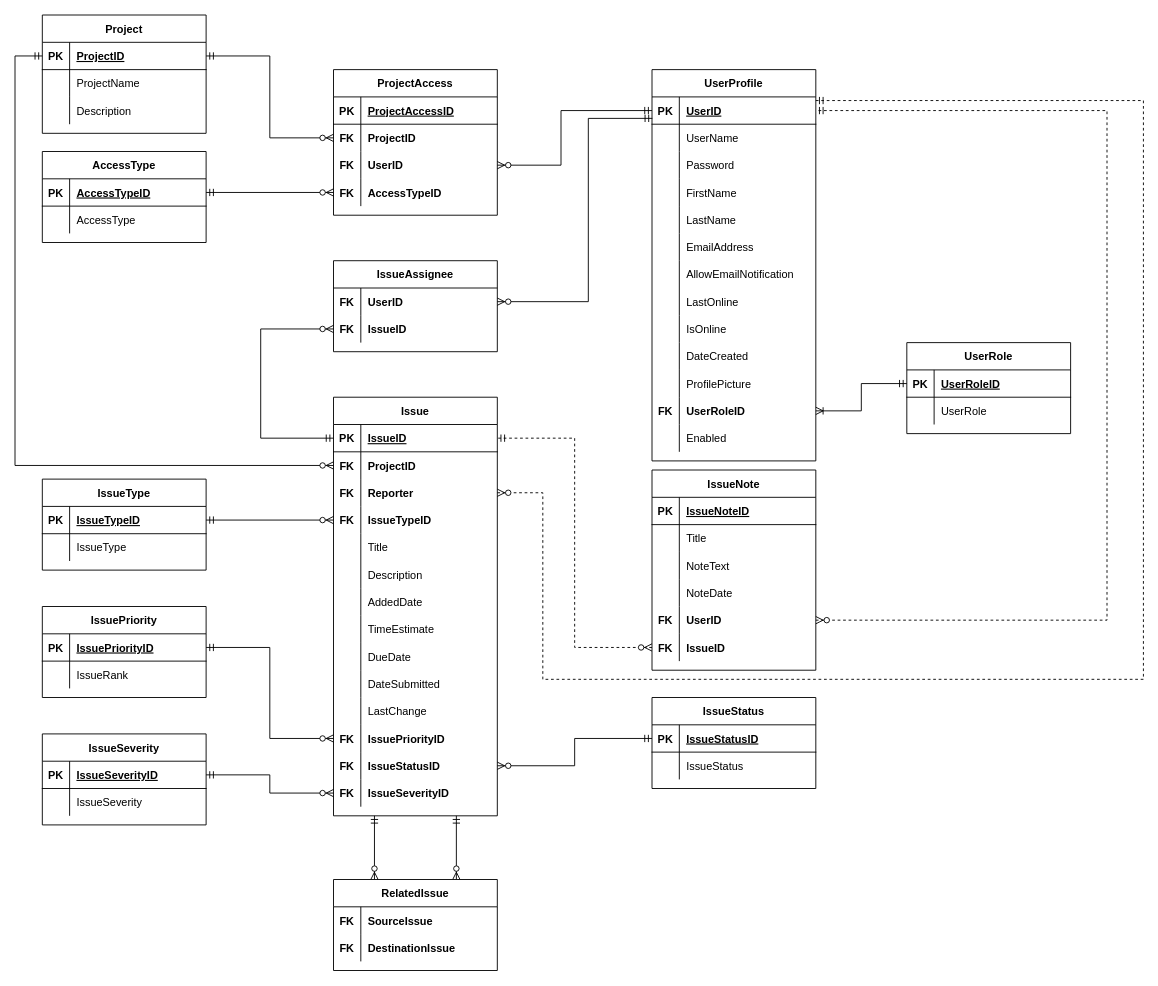
The draw.io diagram IssueTrackerERD.drawio in cakeinsauce/IssueTracker, before the edit. Source tidied: cells renumbered, new cells numbered last; positions are measured from the earlier drawing's top-left corner, leaving out a move shared by most shapes. Both pictures are drawn from the tidied source at 91%, with x=0, y=0 at pixel (15, 15).
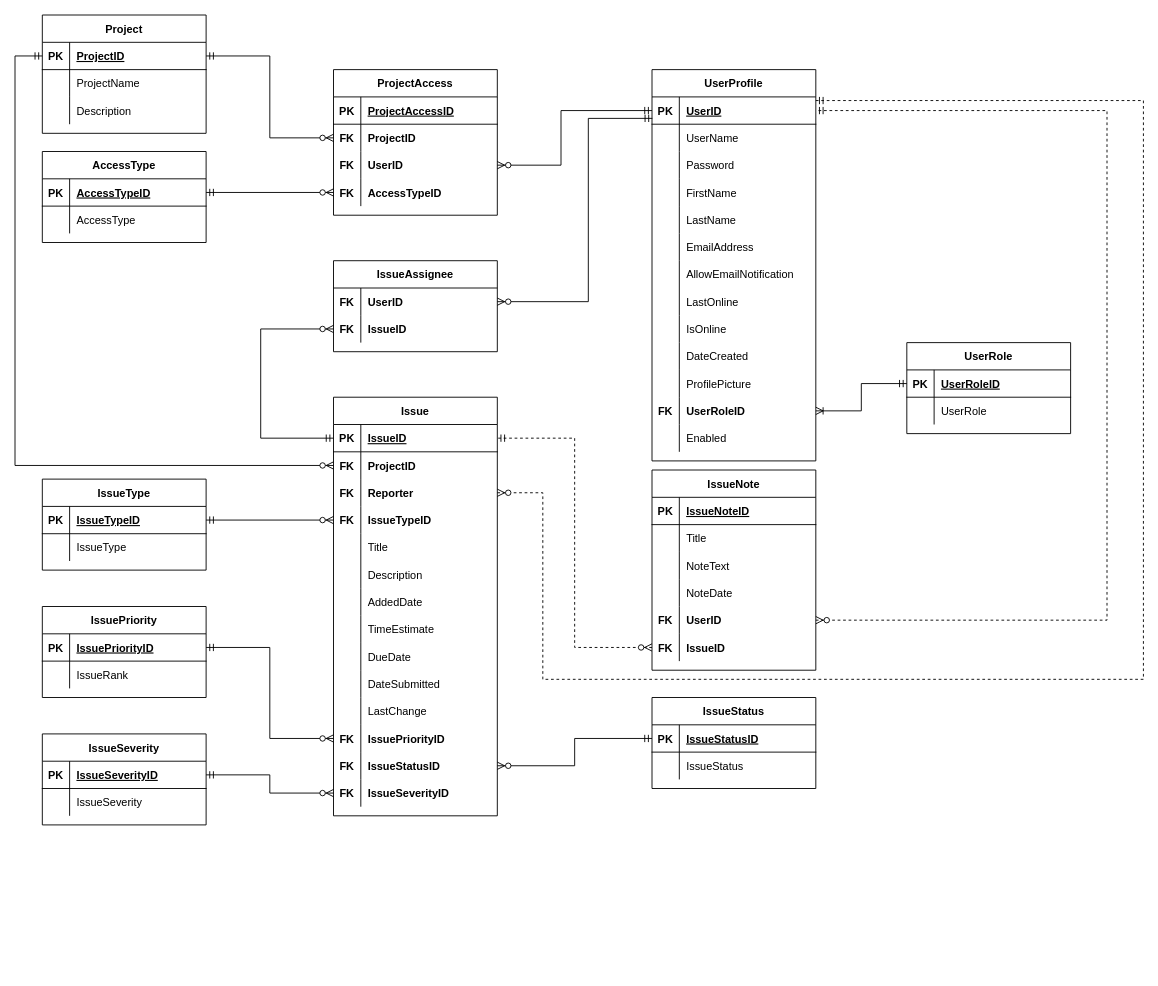
After the change.

Commit message:
Change ERD; delete recursive relation to Issue table

The change refers to these unchanged cells:
```xml
<mxCell id="84" value="Issue" style="shape=table;startSize=30;childLayout=tableLayout;rowLines=0;fontStyle=1;align=center;" parent="1" vertex="1">
  <mxGeometry x="350" y="420" width="180" height="460" as="geometry" />
</mxCell>
```

Change to the diagram source:
```diff
@@
-    <mxCell id="173" style="edgeStyle=orthogonalEdgeStyle;rounded=0;jettySize=auto;html=1;exitX=0.75;exitY=0;exitDx=0;exitDy=0;entryX=0.75;entryY=1;entryDx=0;entryDy=0;startArrow=ERzeroToMany;startFill=1;endArrow=ERmandOne;endFill=0;" parent="1" edge="1" source="175" target="84">
-      <mxGeometry relative="1" as="geometry" />
-    </mxCell>
-    <mxCell id="174" style="edgeStyle=orthogonalEdgeStyle;rounded=0;jettySize=auto;html=1;exitX=0.25;exitY=0;exitDx=0;exitDy=0;entryX=0.25;entryY=1;entryDx=0;entryDy=0;startArrow=ERzeroToMany;startFill=1;endArrow=ERmandOne;endFill=0;" parent="1" edge="1" source="175" target="84">
-      <mxGeometry relative="1" as="geometry" />
-    </mxCell>
-    <mxCell id="175" value="RelatedIssue" style="shape=table;startSize=30;childLayout=tableLayout;rowLines=0;fontStyle=1;align=center;" parent="1" vertex="1">
-      <mxGeometry x="350" y="950" width="180" height="100" as="geometry" />
-    </mxCell>
-    <mxCell id="176" style="shape=partialRectangle;fillColor=none;top=0;left=0;bottom=0;right=0;" parent="175" vertex="1">
-      <mxGeometry y="30" width="180" height="30" as="geometry" />
-    </mxCell>
-    <mxCell id="177" value="FK" style="shape=partialRectangle;fillColor=none;top=0;left=0;bottom=0;right=0;overflow=hidden;fontStyle=1;" parent="176" vertex="1">
-      <mxGeometry width="30" height="30" as="geometry" />
-    </mxCell>
-    <mxCell id="178" value="SourceIssue" style="shape=partialRectangle;fillColor=none;top=0;left=0;bottom=0;right=0;align=left;spacingLeft=6;overflow=hidden;fontStyle=1;" parent="176" vertex="1">
-      <mxGeometry x="30" width="150" height="30" as="geometry" />
-    </mxCell>
-    <mxCell id="179" style="shape=partialRectangle;fillColor=none;top=0;left=0;bottom=0;right=0;" parent="175" vertex="1">
-      <mxGeometry y="60" width="180" height="30" as="geometry" />
-    </mxCell>
-    <mxCell id="180" value="FK" style="shape=partialRectangle;fillColor=none;top=0;left=0;bottom=0;right=0;overflow=hidden;fontStyle=1;" parent="179" vertex="1">
-      <mxGeometry width="30" height="30" as="geometry" />
-    </mxCell>
-    <mxCell id="181" value="DestinationIssue" style="shape=partialRectangle;fillColor=none;top=0;left=0;bottom=0;right=0;align=left;spacingLeft=6;overflow=hidden;fontStyle=1;" parent="179" vertex="1">
-      <mxGeometry x="30" width="150" height="30" as="geometry" />
-    </mxCell>
```
